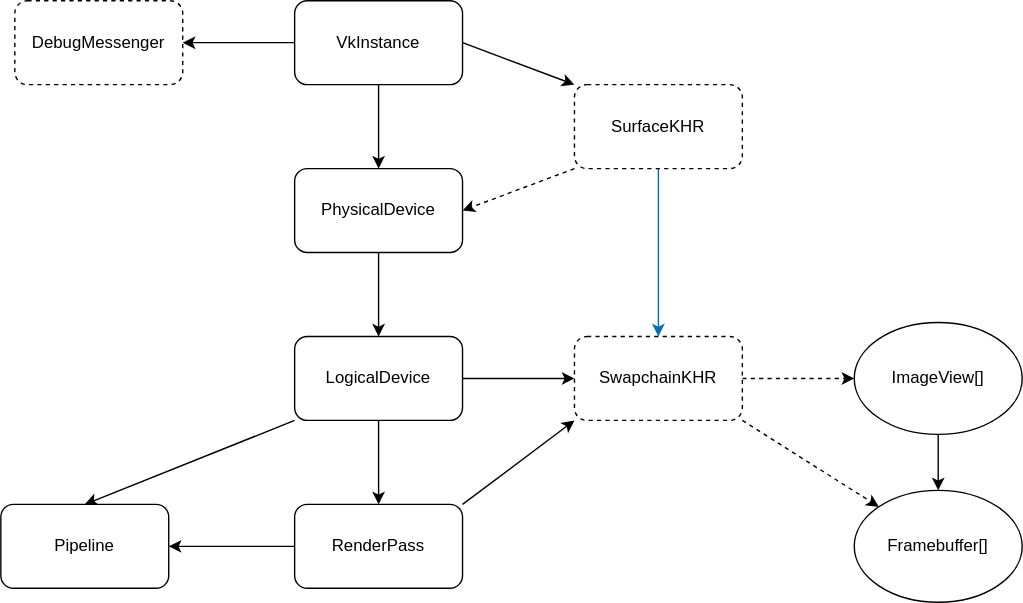
Before: vk_objects.drawio.svg, a diagram exported from draw.io (Redstonecrafter0/Quasar). Source tidied: cells renumbered, new cells last; positions are measured from the earlier drawing's top-left corner, leaving out a move shared by most shapes.
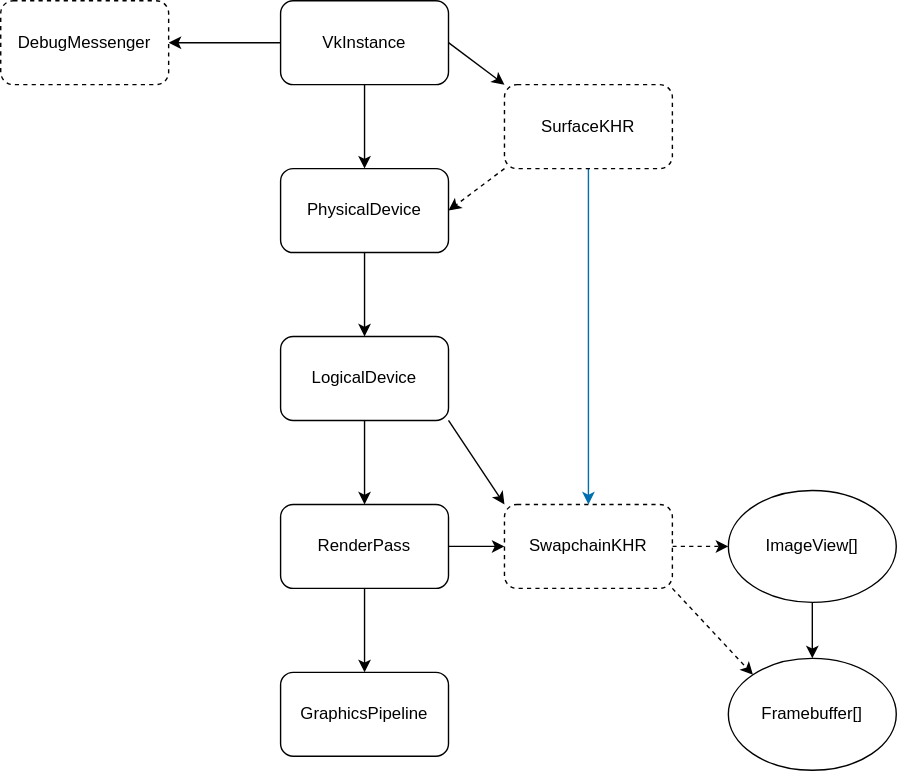
Above is the later version.

What changed in the source:
```diff
@@ -21,7 +21,7 @@
       <mxGeometry relative="1" as="geometry" />
     </mxCell>
     <mxCell id="8" value="SurfaceKHR" style="rounded=1;whiteSpace=wrap;html=1;dashed=1;" parent="1" vertex="1">
-      <mxGeometry x="410" y="60" width="120" height="60" as="geometry" />
+      <mxGeometry x="370" y="60" width="120" height="60" as="geometry" />
     </mxCell>
     <mxCell id="9" style="edgeStyle=orthogonalEdgeStyle;rounded=0;jettySize=auto;html=1;exitX=0.5;exitY=1;exitDx=0;exitDy=0;entryX=0.5;entryY=0;entryDx=0;entryDy=0;" parent="1" edge="1" source="10" target="14">
       <mxGeometry relative="1" as="geometry" />
@@ -29,15 +29,12 @@
     <mxCell id="10" value="PhysicalDevice" style="rounded=1;whiteSpace=wrap;html=1;" parent="1" vertex="1">
       <mxGeometry x="210" y="120" width="120" height="60" as="geometry" />
     </mxCell>
-    <mxCell id="11" style="edgeStyle=orthogonalEdgeStyle;rounded=0;jettySize=auto;html=1;exitX=1;exitY=0.5;exitDx=0;exitDy=0;entryX=0;entryY=0.5;entryDx=0;entryDy=0;" parent="1" edge="1" source="14" target="17">
+    <mxCell id="11" style="rounded=0;jettySize=auto;html=1;exitX=1;exitY=1;exitDx=0;exitDy=0;entryX=0;entryY=0;entryDx=0;entryDy=0;" parent="1" edge="1" source="14" target="17">
       <mxGeometry relative="1" as="geometry" />
     </mxCell>
     <mxCell id="12" style="rounded=0;jettySize=auto;html=1;exitX=0.5;exitY=1;exitDx=0;exitDy=0;entryX=0.5;entryY=0;entryDx=0;entryDy=0;" parent="1" edge="1" source="14" target="25">
       <mxGeometry relative="1" as="geometry" />
     </mxCell>
-    <mxCell id="13" style="edgeStyle=none;rounded=0;jettySize=auto;html=1;exitX=0;exitY=1;exitDx=0;exitDy=0;entryX=0.5;entryY=0;entryDx=0;entryDy=0;" parent="1" edge="1" source="14" target="18">
-      <mxGeometry relative="1" as="geometry" />
-    </mxCell>
     <mxCell id="14" value="LogicalDevice" style="rounded=1;whiteSpace=wrap;html=1;" parent="1" vertex="1">
       <mxGeometry x="210" y="240" width="120" height="60" as="geometry" />
     </mxCell>
@@ -48,10 +45,10 @@
       <mxGeometry relative="1" as="geometry" />
     </mxCell>
     <mxCell id="17" value="SwapchainKHR" style="rounded=1;whiteSpace=wrap;html=1;dashed=1;" parent="1" vertex="1">
-      <mxGeometry x="410" y="240" width="120" height="60" as="geometry" />
+      <mxGeometry x="370" y="360" width="120" height="60" as="geometry" />
     </mxCell>
-    <mxCell id="18" value="Pipeline" style="rounded=1;whiteSpace=wrap;html=1;" parent="1" vertex="1">
-      <mxGeometry y="360" width="120" height="60" as="geometry" />
+    <mxCell id="18" value="GraphicsPipeline" style="rounded=1;whiteSpace=wrap;html=1;" parent="1" vertex="1">
+      <mxGeometry x="210" y="480" width="120" height="60" as="geometry" />
     </mxCell>
     <mxCell id="19" value="DebugMessenger" style="rounded=1;whiteSpace=wrap;html=1;dashed=1;" parent="1" vertex="1">
       <mxGeometry x="10" width="120" height="60" as="geometry" />
@@ -60,15 +57,15 @@
       <mxGeometry relative="1" as="geometry" />
     </mxCell>
     <mxCell id="21" value="ImageView[]" style="ellipse;whiteSpace=wrap;html=1;" parent="1" vertex="1">
-      <mxGeometry x="610" y="230" width="120" height="80" as="geometry" />
+      <mxGeometry x="530" y="350" width="120" height="80" as="geometry" />
     </mxCell>
     <mxCell id="22" value="Framebuffer[]" style="ellipse;whiteSpace=wrap;html=1;" parent="1" vertex="1">
-      <mxGeometry x="610" y="350" width="120" height="80" as="geometry" />
+      <mxGeometry x="530" y="470" width="120" height="80" as="geometry" />
     </mxCell>
-    <mxCell id="23" style="edgeStyle=none;rounded=0;jettySize=auto;html=1;exitX=0;exitY=0.5;exitDx=0;exitDy=0;entryX=1;entryY=0.5;entryDx=0;entryDy=0;" parent="1" edge="1" source="25" target="18">
+    <mxCell id="23" style="edgeStyle=none;rounded=0;jettySize=auto;html=1;exitX=0.5;exitY=1;exitDx=0;exitDy=0;entryX=0.5;entryY=0;entryDx=0;entryDy=0;" parent="1" edge="1" source="25" target="18">
       <mxGeometry relative="1" as="geometry" />
     </mxCell>
-    <mxCell id="24" style="edgeStyle=none;rounded=0;jettySize=auto;html=1;exitX=1;exitY=0;exitDx=0;exitDy=0;entryX=0;entryY=1;entryDx=0;entryDy=0;" parent="1" edge="1" source="25" target="17">
+    <mxCell id="24" style="edgeStyle=none;rounded=0;jettySize=auto;html=1;exitX=1;exitY=0.5;exitDx=0;exitDy=0;entryX=0;entryY=0.5;entryDx=0;entryDy=0;" parent="1" edge="1" source="25" target="17">
       <mxGeometry relative="1" as="geometry" />
     </mxCell>
     <mxCell id="25" value="RenderPass" style="rounded=1;whiteSpace=wrap;html=1;" parent="1" vertex="1">
```
